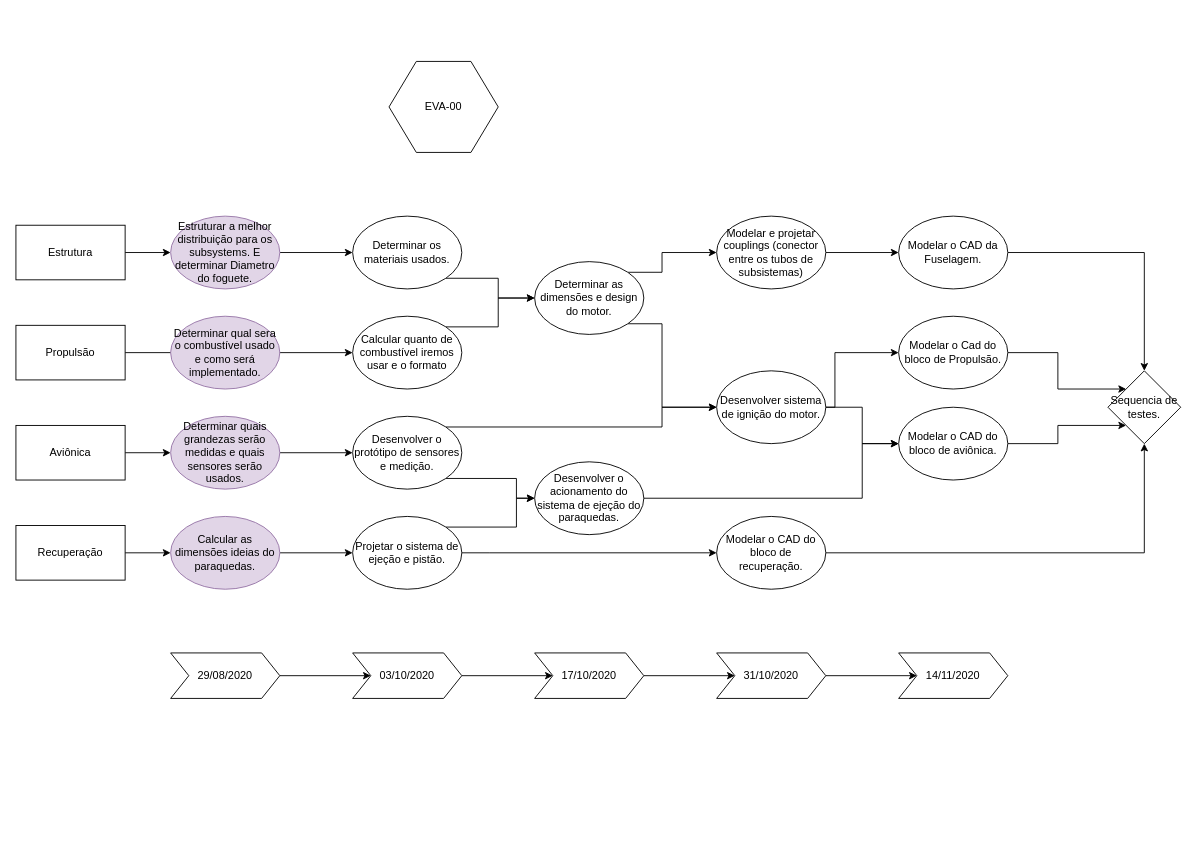
freedxmgxd/Evangelion-Unidade-00 keeps this draw.io diagram as eva-00.drawio. Above is the earlier version. Source tidied: cells renumbered, new cells numbered last; positions are measured from the earlier drawing's top-left corner, leaving out a move shared by most shapes. Both pictures are drawn from the tidied source at 91%, with x=0, y=0 at pixel (15, 61).
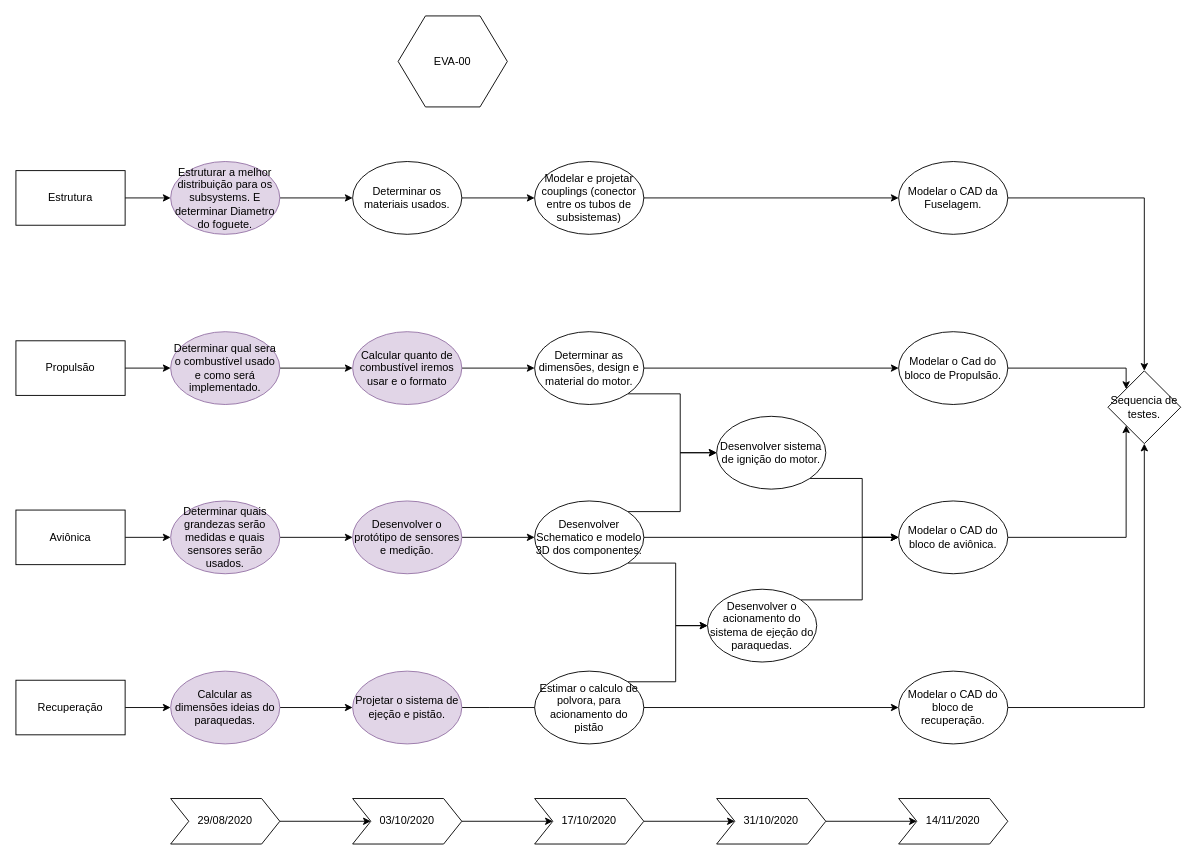
Above is the later version.

Unchanged cells that the change refers to:
```xml
<mxCell id="30" value="Sequencia de testes." style="rhombus;whiteSpace=wrap;html=1;" parent="1" vertex="1">
  <mxGeometry x="1200" y="340" width="80" height="80" as="geometry" />
</mxCell>
```

The edit, as a diff of the source:
```diff
@@
     <mxCell id="2" value="EVA-00" style="shape=hexagon;perimeter=hexagonPerimeter2;whiteSpace=wrap;html=1;fixedSize=1;size=30;" parent="1" vertex="1">
-      <mxGeometry x="410" width="120" height="100" as="geometry" />
+      <mxGeometry x="420" y="-50" width="120" height="100" as="geometry" />
     </mxCell>
-    <mxCell id="3" style="edgeStyle=orthogonalEdgeStyle;rounded=0;jettySize=auto;html=1;exitX=1;exitY=0.5;exitDx=0;exitDy=0;entryX=0;entryY=0.5;entryDx=0;entryDy=0;" parent="1" edge="1" source="4" target="18">
-      <mxGeometry relative="1" as="geometry" />
-    </mxCell>
+    <mxCell id="56" style="edgeStyle=orthogonalEdgeStyle;rounded=0;jettySize=auto;html=1;exitX=1;exitY=0.5;exitDx=0;exitDy=0;entryX=0;entryY=0.5;entryDx=0;entryDy=0;" parent="1" edge="1" source="4" target="19">
+      <mxGeometry relative="1" as="geometry" />
+    </mxCell>
     <mxCell id="4" value="Propulsão" style="rounded=0;whiteSpace=wrap;html=1;" parent="1" vertex="1">
-      <mxGeometry y="290" width="120" height="60" as="geometry" />
+      <mxGeometry y="307" width="120" height="60" as="geometry" />
     </mxCell>
@@
     <mxCell id="6" value="Estrutura" style="rounded=0;whiteSpace=wrap;html=1;" parent="1" vertex="1">
-      <mxGeometry y="180" width="120" height="60" as="geometry" />
+      <mxGeometry y="120" width="120" height="60" as="geometry" />
     </mxCell>
-    <mxCell id="7" style="edgeStyle=orthogonalEdgeStyle;rounded=0;jettySize=auto;html=1;entryX=0;entryY=0.5;entryDx=0;entryDy=0;" parent="1" edge="1" source="8" target="14">
+    <mxCell id="7" style="edgeStyle=orthogonalEdgeStyle;rounded=0;jettySize=auto;html=1;exitX=1;exitY=0.5;exitDx=0;exitDy=0;entryX=0;entryY=0.5;entryDx=0;entryDy=0;" parent="1" edge="1" source="8" target="14">
       <mxGeometry relative="1" as="geometry" />
     </mxCell>
     <mxCell id="8" value="Aviônica" style="rounded=0;whiteSpace=wrap;html=1;" parent="1" vertex="1">
-      <mxGeometry y="400" width="120" height="60" as="geometry" />
+      <mxGeometry y="493" width="120" height="60" as="geometry" />
     </mxCell>
@@
     <mxCell id="10" value="Recuperação" style="rounded=0;whiteSpace=wrap;html=1;" parent="1" vertex="1">
-      <mxGeometry y="510" width="120" height="60" as="geometry" />
+      <mxGeometry y="680" width="120" height="60" as="geometry" />
     </mxCell>
@@
     <mxCell id="12" value="Calcular as dimensões ideias do paraquedas." style="ellipse;whiteSpace=wrap;html=1;fillColor=#e1d5e7;strokeColor=#9673a6;" parent="1" vertex="1">
-      <mxGeometry x="170" y="500" width="120" height="80" as="geometry" />
+      <mxGeometry x="170" y="670" width="120" height="80" as="geometry" />
     </mxCell>
@@
     <mxCell id="14" value="Determinar quais grandezas serão medidas e quais sensores serão usados." style="ellipse;whiteSpace=wrap;html=1;fillColor=#e1d5e7;strokeColor=#9673a6;" parent="1" vertex="1">
-      <mxGeometry x="170" y="390" width="120" height="80" as="geometry" />
+      <mxGeometry x="170" y="483" width="120" height="80" as="geometry" />
     </mxCell>
-    <mxCell id="15" style="edgeStyle=orthogonalEdgeStyle;rounded=0;jettySize=auto;html=1;exitX=1;exitY=0.5;exitDx=0;exitDy=0;" parent="1" edge="1" source="16" target="51">
+    <mxCell id="15" style="edgeStyle=orthogonalEdgeStyle;rounded=0;jettySize=auto;html=1;exitX=1;exitY=0;exitDx=0;exitDy=0;entryX=0;entryY=0.5;entryDx=0;entryDy=0;" parent="1" edge="1" source="16" target="51">
       <mxGeometry relative="1" as="geometry">
         <Array as="points">
-          <mxPoint x="930" y="480" />
-          <mxPoint x="930" y="420" />
+          <mxPoint x="930" y="592" />
+          <mxPoint x="930" y="523" />
         </Array>
       </mxGeometry>
     </mxCell>
     <mxCell id="16" value="Desenvolver o acionamento do sistema de ejeção do paraquedas." style="ellipse;whiteSpace=wrap;html=1;" parent="1" vertex="1">
-      <mxGeometry x="570" y="440" width="120" height="80" as="geometry" />
+      <mxGeometry x="760" y="580" width="120" height="80" as="geometry" />
     </mxCell>
-    <mxCell id="17" style="edgeStyle=orthogonalEdgeStyle;rounded=0;jettySize=auto;html=1;exitX=1;exitY=0;exitDx=0;exitDy=0;entryX=0;entryY=0.5;entryDx=0;entryDy=0;" parent="1" edge="1" source="18" target="22">
+    <mxCell id="17" style="edgeStyle=orthogonalEdgeStyle;rounded=0;jettySize=auto;html=1;exitX=1;exitY=0.5;exitDx=0;exitDy=0;entryX=0;entryY=0.5;entryDx=0;entryDy=0;" parent="1" edge="1" source="18" target="22">
       <mxGeometry relative="1" as="geometry" />
     </mxCell>
-    <mxCell id="18" value="Calcular quanto de combustível iremos usar e o formato" style="ellipse;whiteSpace=wrap;html=1;" parent="1" vertex="1">
-      <mxGeometry x="370" y="280" width="120" height="80" as="geometry" />
+    <mxCell id="18" value="Calcular quanto de combustível iremos usar e o formato" style="ellipse;whiteSpace=wrap;html=1;fillColor=#e1d5e7;strokeColor=#9673a6;" parent="1" vertex="1">
+      <mxGeometry x="370" y="297" width="120" height="80" as="geometry" />
     </mxCell>
+    <mxCell id="57" style="edgeStyle=orthogonalEdgeStyle;rounded=0;jettySize=auto;html=1;exitX=1;exitY=0.5;exitDx=0;exitDy=0;entryX=0;entryY=0.5;entryDx=0;entryDy=0;" parent="1" edge="1" source="19" target="18">
+      <mxGeometry relative="1" as="geometry" />
+    </mxCell>
     <mxCell id="19" value="Determinar qual sera o combustível usado e como será implementado." style="ellipse;whiteSpace=wrap;html=1;fillColor=#e1d5e7;strokeColor=#9673a6;" parent="1" vertex="1">
-      <mxGeometry x="170" y="280" width="120" height="80" as="geometry" />
+      <mxGeometry x="170" y="297" width="120" height="80" as="geometry" />
     </mxCell>
+    <mxCell id="58" style="edgeStyle=orthogonalEdgeStyle;rounded=0;jettySize=auto;html=1;exitX=1;exitY=0.5;exitDx=0;exitDy=0;entryX=0;entryY=0.5;entryDx=0;entryDy=0;" parent="1" edge="1" source="22" target="54">
+      <mxGeometry relative="1" as="geometry" />
+    </mxCell>
-    <mxCell id="20" style="edgeStyle=orthogonalEdgeStyle;rounded=0;jettySize=auto;html=1;exitX=1;exitY=1;exitDx=0;exitDy=0;" parent="1" edge="1" source="22" target="29">
-      <mxGeometry relative="1" as="geometry">
-        <Array as="points">
-          <mxPoint x="710" y="288" />
-          <mxPoint x="710" y="380" />
-        </Array>
-      </mxGeometry>
+    <mxCell id="20" style="edgeStyle=orthogonalEdgeStyle;rounded=0;jettySize=auto;html=1;exitX=1;exitY=1;exitDx=0;exitDy=0;entryX=0;entryY=0.5;entryDx=0;entryDy=0;" parent="1" edge="1" source="22" target="29">
+      <mxGeometry relative="1" as="geometry" />
     </mxCell>
-    <mxCell id="21" style="edgeStyle=orthogonalEdgeStyle;rounded=0;jettySize=auto;html=1;exitX=1;exitY=0;exitDx=0;exitDy=0;" parent="1" edge="1" source="22" target="37">
-      <mxGeometry relative="1" as="geometry">
-        <Array as="points">
-          <mxPoint x="710" y="232" />
-          <mxPoint x="710" y="210" />
-        </Array>
-      </mxGeometry>
-    </mxCell>
-    <mxCell id="22" value="Determinar as dimensões e design do motor." style="ellipse;whiteSpace=wrap;html=1;" parent="1" vertex="1">
-      <mxGeometry x="570" y="220" width="120" height="80" as="geometry" />
+    <mxCell id="22" value="Determinar as dimensões, design e material do motor." style="ellipse;whiteSpace=wrap;html=1;" parent="1" vertex="1">
+      <mxGeometry x="570" y="297" width="120" height="80" as="geometry" />
     </mxCell>
@@
     <mxCell id="24" value="Estruturar a melhor distribuição para os subsystems. E determinar Diametro do foguete." style="ellipse;whiteSpace=wrap;html=1;fillColor=#e1d5e7;strokeColor=#9673a6;" parent="1" vertex="1">
-      <mxGeometry x="170" y="170" width="120" height="80" as="geometry" />
+      <mxGeometry x="170" y="110" width="120" height="80" as="geometry" />
     </mxCell>
-    <mxCell id="25" style="edgeStyle=orthogonalEdgeStyle;rounded=0;jettySize=auto;html=1;exitX=1;exitY=1;exitDx=0;exitDy=0;" parent="1" edge="1" source="26" target="22">
-      <mxGeometry relative="1" as="geometry" />
-    </mxCell>
+    <mxCell id="59" style="edgeStyle=orthogonalEdgeStyle;rounded=0;jettySize=auto;html=1;exitX=1;exitY=0.5;exitDx=0;exitDy=0;" parent="1" edge="1" source="26" target="37">
+      <mxGeometry relative="1" as="geometry" />
+    </mxCell>
     <mxCell id="26" value="Determinar os materiais usados." style="ellipse;whiteSpace=wrap;html=1;" parent="1" vertex="1">
-      <mxGeometry x="370" y="170" width="120" height="80" as="geometry" />
+      <mxGeometry x="370" y="110" width="120" height="80" as="geometry" />
     </mxCell>
-    <mxCell id="27" style="edgeStyle=orthogonalEdgeStyle;rounded=0;jettySize=auto;html=1;exitX=1;exitY=0.5;exitDx=0;exitDy=0;" parent="1" edge="1" source="29" target="54">
-      <mxGeometry relative="1" as="geometry">
-        <Array as="points">
-          <mxPoint x="900" y="380" />
-          <mxPoint x="900" y="320" />
-        </Array>
-      </mxGeometry>
-    </mxCell>
-    <mxCell id="28" style="edgeStyle=orthogonalEdgeStyle;rounded=0;jettySize=auto;html=1;exitX=1;exitY=0.5;exitDx=0;exitDy=0;" parent="1" edge="1" source="29" target="51">
+    <mxCell id="28" style="edgeStyle=orthogonalEdgeStyle;rounded=0;jettySize=auto;html=1;exitX=1;exitY=1;exitDx=0;exitDy=0;entryX=0;entryY=0.5;entryDx=0;entryDy=0;" parent="1" edge="1" source="29" target="51">
       <mxGeometry relative="1" as="geometry" />
     </mxCell>
     <mxCell id="29" value="Desenvolver sistema de ignição do motor." style="ellipse;whiteSpace=wrap;html=1;" parent="1" vertex="1">
-      <mxGeometry x="770" y="340" width="120" height="80" as="geometry" />
+      <mxGeometry x="770" y="390" width="120" height="80" as="geometry" />
     </mxCell>
@@
     <mxCell id="32" style="edgeStyle=orthogonalEdgeStyle;rounded=0;jettySize=auto;html=1;exitX=1;exitY=0.5;exitDx=0;exitDy=0;" parent="1" edge="1" source="34" target="49">
       <mxGeometry relative="1" as="geometry">
         <Array as="points">
-          <mxPoint x="520" y="540" />
-          <mxPoint x="520" y="540" />
+          <mxPoint x="520" y="710" />
+          <mxPoint x="520" y="710" />
         </Array>
       </mxGeometry>
     </mxCell>
-    <mxCell id="33" style="edgeStyle=orthogonalEdgeStyle;rounded=0;jettySize=auto;html=1;exitX=1;exitY=0;exitDx=0;exitDy=0;entryX=0;entryY=0.5;entryDx=0;entryDy=0;" parent="1" edge="1" source="34" target="16">
-      <mxGeometry relative="1" as="geometry">
-        <Array as="points">
-          <mxPoint x="550" y="512" />
-          <mxPoint x="550" y="480" />
-        </Array>
-      </mxGeometry>
-    </mxCell>
-    <mxCell id="34" value="Projetar o sistema de ejeção e pistão." style="ellipse;whiteSpace=wrap;html=1;" parent="1" vertex="1">
-      <mxGeometry x="370" y="500" width="120" height="80" as="geometry" />
+    <mxCell id="34" value="Projetar o sistema de ejeção e pistão." style="ellipse;whiteSpace=wrap;html=1;fillColor=#e1d5e7;strokeColor=#9673a6;" parent="1" vertex="1">
+      <mxGeometry x="370" y="670" width="120" height="80" as="geometry" />
     </mxCell>
@@
     <mxCell id="37" value="&lt;font face=&quot;helvetica&quot;&gt;Modelar e projetar couplings (conector entre os tubos de subsistemas)&lt;/font&gt;" style="ellipse;whiteSpace=wrap;html=1;" parent="1" vertex="1">
-      <mxGeometry x="770" y="170" width="120" height="80" as="geometry" />
+      <mxGeometry x="570" y="110" width="120" height="80" as="geometry" />
     </mxCell>
-    <mxCell id="38" style="edgeStyle=orthogonalEdgeStyle;rounded=0;jettySize=auto;html=1;exitX=1;exitY=0;exitDx=0;exitDy=0;" parent="1" edge="1" source="40" target="29">
-      <mxGeometry relative="1" as="geometry">
-        <Array as="points">
-          <mxPoint x="710" y="402" />
-          <mxPoint x="710" y="380" />
-        </Array>
-      </mxGeometry>
-    </mxCell>
-    <mxCell id="39" style="edgeStyle=orthogonalEdgeStyle;rounded=0;jettySize=auto;html=1;exitX=1;exitY=1;exitDx=0;exitDy=0;" parent="1" edge="1" source="40" target="16">
-      <mxGeometry relative="1" as="geometry">
-        <Array as="points">
-          <mxPoint x="550" y="458" />
-          <mxPoint x="550" y="480" />
-        </Array>
-      </mxGeometry>
-    </mxCell>
+    <mxCell id="60" style="edgeStyle=orthogonalEdgeStyle;rounded=0;jettySize=auto;html=1;exitX=1;exitY=0.5;exitDx=0;exitDy=0;entryX=0;entryY=0.5;entryDx=0;entryDy=0;" parent="1" edge="1" source="40" target="64">
+      <mxGeometry relative="1" as="geometry" />
+    </mxCell>
-    <mxCell id="40" value="Desenvolver o protótipo de sensores e medição." style="ellipse;whiteSpace=wrap;html=1;" parent="1" vertex="1">
-      <mxGeometry x="370" y="390" width="120" height="80" as="geometry" />
+    <mxCell id="40" value="Desenvolver o protótipo de sensores e medição." style="ellipse;whiteSpace=wrap;html=1;fillColor=#e1d5e7;strokeColor=#9673a6;" parent="1" vertex="1">
+      <mxGeometry x="370" y="483" width="120" height="80" as="geometry" />
     </mxCell>
@@
     <mxCell id="42" value="29/08/2020" style="shape=step;perimeter=stepPerimeter;whiteSpace=wrap;html=1;fixedSize=1;" parent="1" vertex="1">
-      <mxGeometry x="170" y="650" width="120" height="50" as="geometry" />
+      <mxGeometry x="170" y="810" width="120" height="50" as="geometry" />
     </mxCell>
@@
     <mxCell id="44" value="03/10/2020" style="shape=step;perimeter=stepPerimeter;whiteSpace=wrap;html=1;fixedSize=1;" parent="1" vertex="1">
-      <mxGeometry x="370" y="650" width="120" height="50" as="geometry" />
+      <mxGeometry x="370" y="810" width="120" height="50" as="geometry" />
     </mxCell>
@@
     <mxCell id="46" value="17/10/2020" style="shape=step;perimeter=stepPerimeter;whiteSpace=wrap;html=1;fixedSize=1;" parent="1" vertex="1">
-      <mxGeometry x="570" y="650" width="120" height="50" as="geometry" />
+      <mxGeometry x="570" y="810" width="120" height="50" as="geometry" />
     </mxCell>
@@
     <mxCell id="48" value="31/10/2020" style="shape=step;perimeter=stepPerimeter;whiteSpace=wrap;html=1;fixedSize=1;" parent="1" vertex="1">
-      <mxGeometry x="770" y="650" width="120" height="50" as="geometry" />
+      <mxGeometry x="770" y="810" width="120" height="50" as="geometry" />
     </mxCell>
     <mxCell id="49" value="Modelar o CAD do bloco de recuperação." style="ellipse;whiteSpace=wrap;html=1;" parent="1" vertex="1">
-      <mxGeometry x="770" y="500" width="120" height="80" as="geometry" />
+      <mxGeometry x="970" y="670" width="120" height="80" as="geometry" />
     </mxCell>
@@
     <mxCell id="51" value="Modelar o CAD do bloco de aviônica." style="ellipse;whiteSpace=wrap;html=1;" parent="1" vertex="1">
-      <mxGeometry x="970" y="380" width="120" height="80" as="geometry" />
+      <mxGeometry x="970" y="483" width="120" height="80" as="geometry" />
     </mxCell>
     <mxCell id="52" value="Modelar o CAD da Fuselagem." style="ellipse;whiteSpace=wrap;html=1;" parent="1" vertex="1">
-      <mxGeometry x="970" y="170" width="120" height="80" as="geometry" />
+      <mxGeometry x="970" y="110" width="120" height="80" as="geometry" />
     </mxCell>
-    <mxCell id="53" style="edgeStyle=orthogonalEdgeStyle;rounded=0;jettySize=auto;html=1;exitX=1;exitY=0.5;exitDx=0;exitDy=0;entryX=0;entryY=0;entryDx=0;entryDy=0;" parent="1" edge="1" source="54" target="30">
-      <mxGeometry relative="1" as="geometry" />
+    <mxCell id="53" style="edgeStyle=orthogonalEdgeStyle;rounded=0;jettySize=auto;html=1;exitX=1;exitY=0.5;exitDx=0;exitDy=0;" parent="1" edge="1" source="54">
+      <mxGeometry relative="1" as="geometry">
+        <mxPoint x="1220" y="360" as="targetPoint" />
+        <Array as="points">
+          <mxPoint x="1220" y="337" />
+        </Array>
+      </mxGeometry>
     </mxCell>
     <mxCell id="54" value="Modelar o Cad do bloco de Propulsão." style="ellipse;whiteSpace=wrap;html=1;" parent="1" vertex="1">
-      <mxGeometry x="970" y="280" width="120" height="80" as="geometry" />
+      <mxGeometry x="970" y="297" width="120" height="80" as="geometry" />
     </mxCell>
     <mxCell id="55" value="14/11/2020" style="shape=step;perimeter=stepPerimeter;whiteSpace=wrap;html=1;fixedSize=1;" parent="1" vertex="1">
-      <mxGeometry x="970" y="650" width="120" height="50" as="geometry" />
+      <mxGeometry x="970" y="810" width="120" height="50" as="geometry" />
     </mxCell>
+    <mxCell id="61" style="edgeStyle=orthogonalEdgeStyle;rounded=0;jettySize=auto;html=1;exitX=1;exitY=1;exitDx=0;exitDy=0;entryX=0;entryY=0.5;entryDx=0;entryDy=0;" parent="1" edge="1" source="64" target="16">
+      <mxGeometry relative="1" as="geometry" />
+    </mxCell>
+    <mxCell id="62" style="edgeStyle=orthogonalEdgeStyle;rounded=0;jettySize=auto;html=1;exitX=1;exitY=0;exitDx=0;exitDy=0;entryX=0;entryY=0.5;entryDx=0;entryDy=0;" parent="1" edge="1" source="64" target="29">
+      <mxGeometry relative="1" as="geometry" />
+    </mxCell>
+    <mxCell id="63" style="edgeStyle=orthogonalEdgeStyle;rounded=0;jettySize=auto;html=1;exitX=1;exitY=0.5;exitDx=0;exitDy=0;" parent="1" edge="1" source="64" target="51">
+      <mxGeometry relative="1" as="geometry" />
+    </mxCell>
+    <mxCell id="64" value="Desenvolver Schematico e modelo 3D dos componentes." style="ellipse;whiteSpace=wrap;html=1;" parent="1" vertex="1">
+      <mxGeometry x="570" y="483" width="120" height="80" as="geometry" />
+    </mxCell>
+    <mxCell id="65" style="edgeStyle=orthogonalEdgeStyle;rounded=0;jettySize=auto;html=1;exitX=1;exitY=0;exitDx=0;exitDy=0;entryX=0;entryY=0.5;entryDx=0;entryDy=0;" parent="1" edge="1" source="66" target="16">
+      <mxGeometry relative="1" as="geometry" />
+    </mxCell>
+    <mxCell id="66" value="Estimar o calculo de polvora, para acionamento do pistão" style="ellipse;whiteSpace=wrap;html=1;" parent="1" vertex="1">
+      <mxGeometry x="570" y="670" width="120" height="80" as="geometry" />
+    </mxCell>
```
